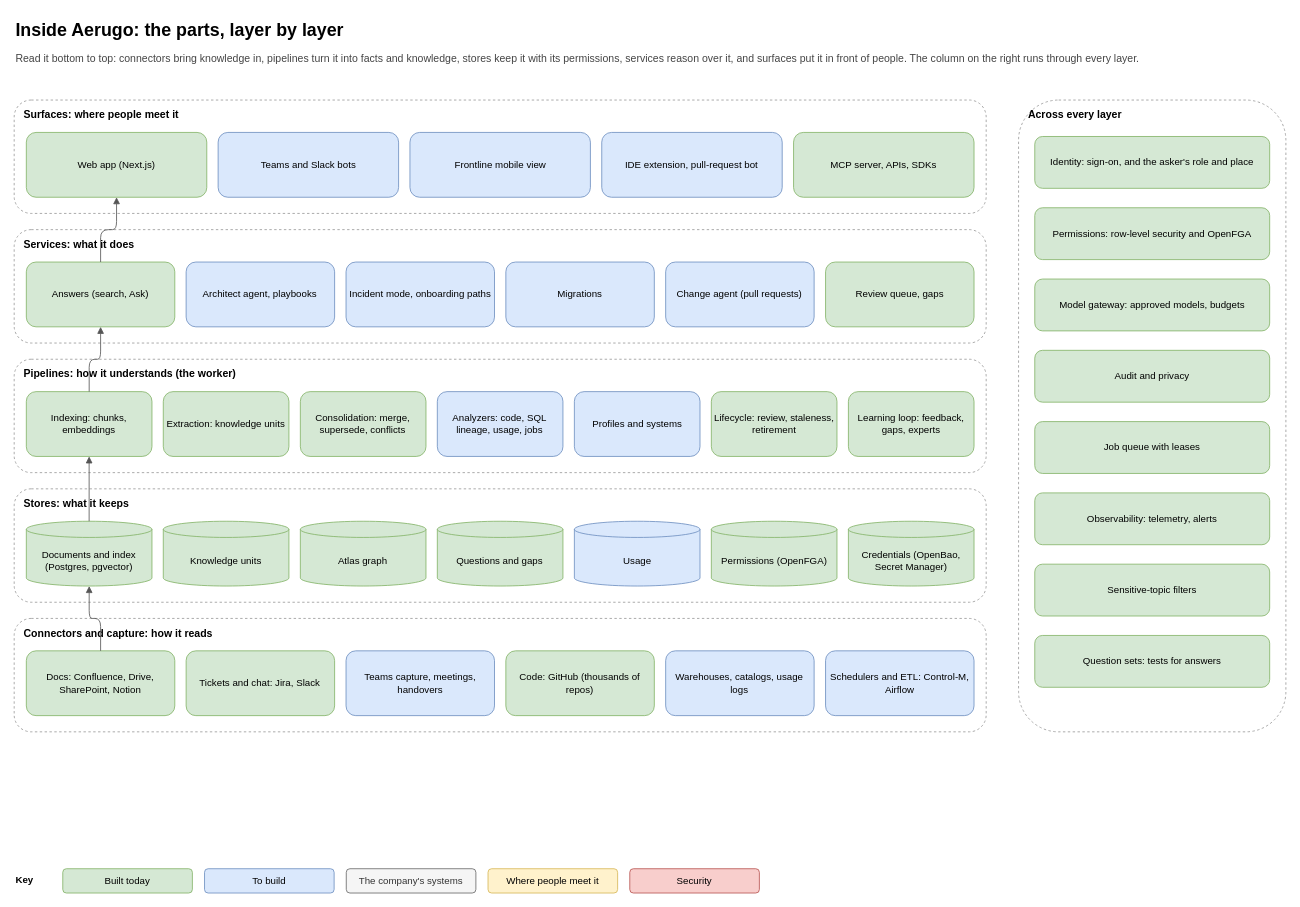
The draw.io diagram page "2. Components" (2 of 10) of docs/architecture/aerugo-architecture.drawio in aerugo-hq/aerugo-self-host, before the edit. Source tidied: cells renumbered, new cells numbered last; positions are measured from the earlier drawing's top-left corner, leaving out a move shared by most shapes. Both pictures are drawn from the tidied source at 81%, with x=0, y=0 at pixel (14, 14).
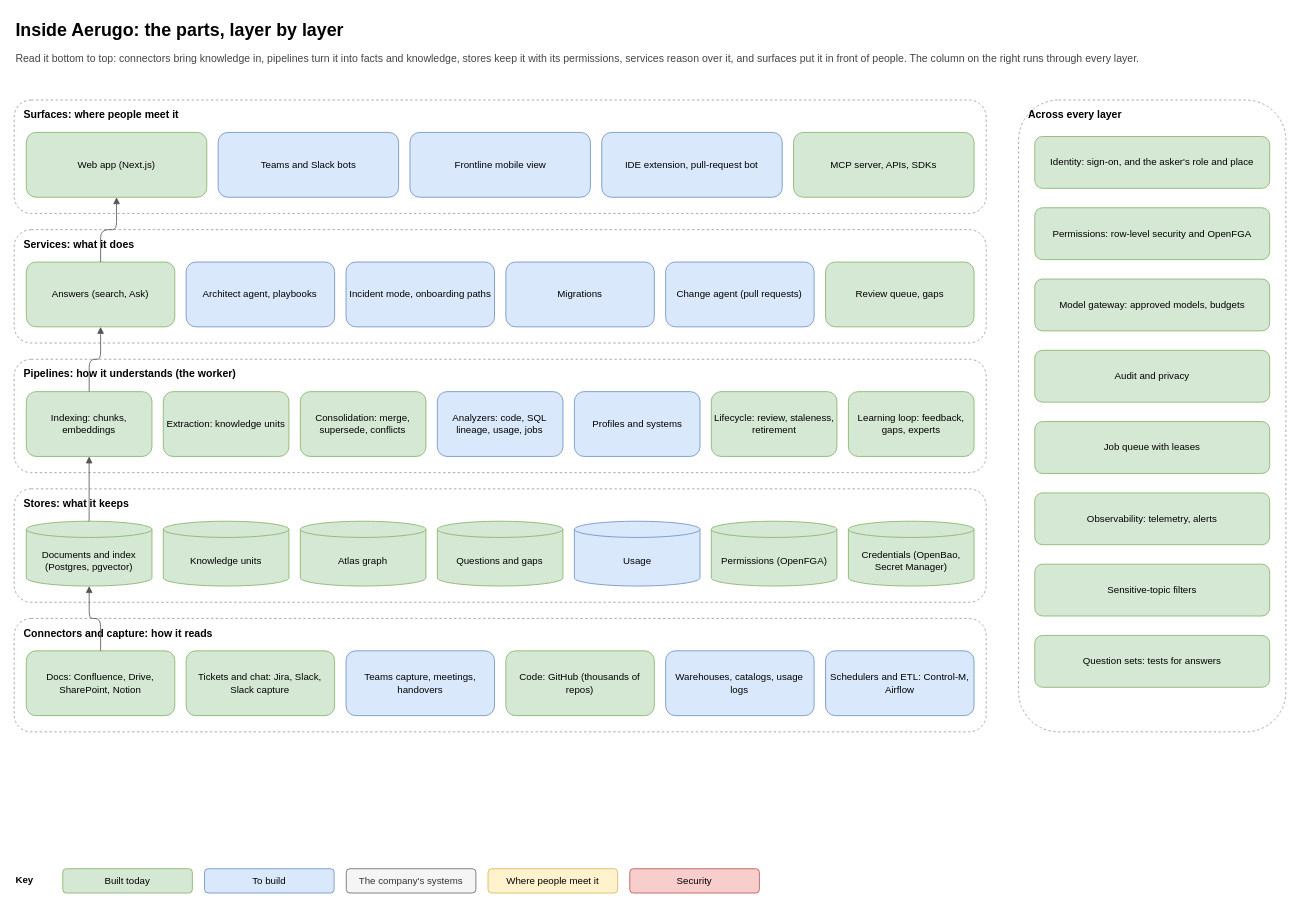
The same page after the edit.

Diff of the diagram source:
```diff
@@
-    <mxCell id="35" value="Tickets and chat: Jira, Slack" style="rounded=1;whiteSpace=wrap;html=1;fillColor=#d5e8d4;strokeColor=#82b366;fontSize=12;" parent="1" vertex="1">
+    <mxCell id="35" value="Tickets and chat: Jira, Slack, Slack capture" style="rounded=1;whiteSpace=wrap;html=1;fillColor=#d5e8d4;strokeColor=#82b366;fontSize=12;" parent="1" vertex="1">
       <mxGeometry x="212.3" y="786" width="183.3" height="80" as="geometry" />
     </mxCell>
```
